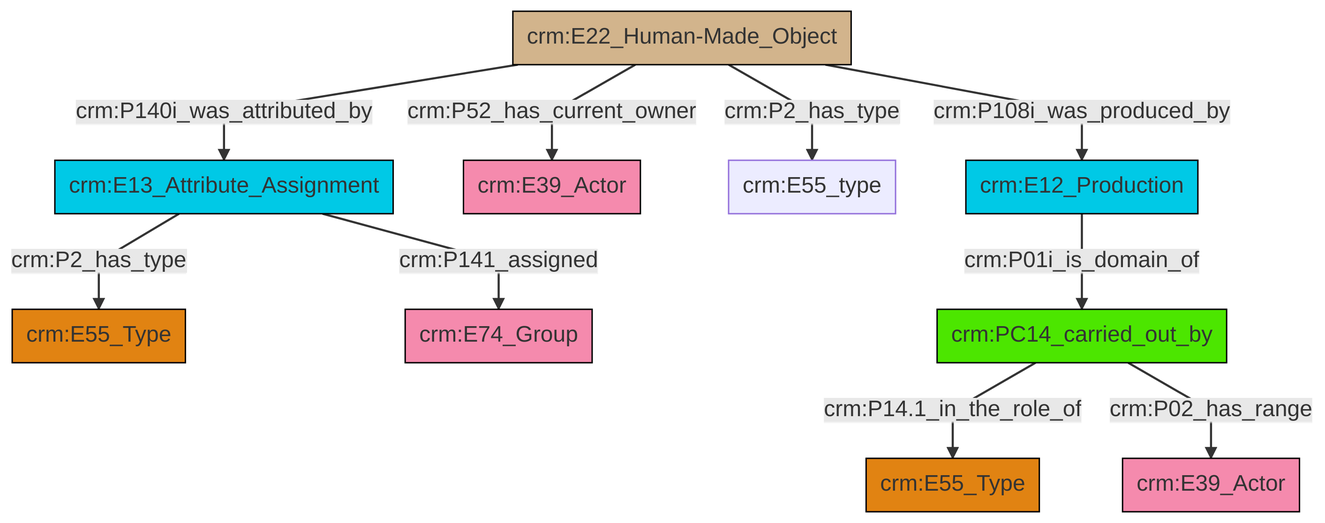
Above: et/builtWorkCSV/ttl/mmd/png/Built_Work_actor_relations.png in swiss-art-research-net/reference-data-models (Mermaid), before the change. Its source is kept beside it as et/builtWorkCSV/ttl/mmd/Built_Work_actor_relations.ttl.mmd.
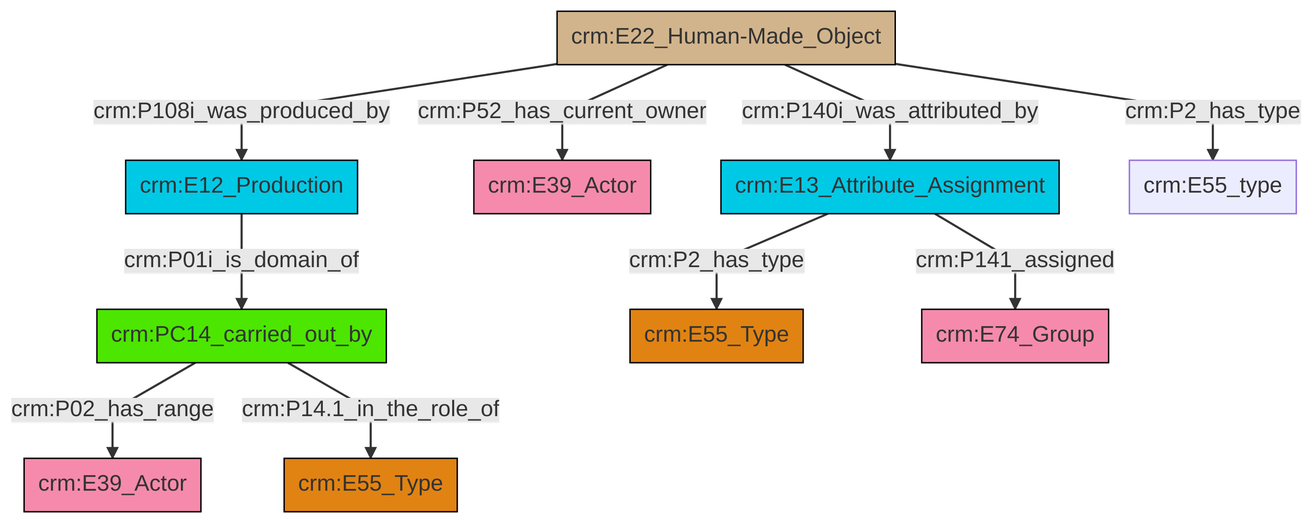
Above is the later version.

Change to the diagram source:
```diff
@@ -13,12 +13,12 @@
 classDef PC_Classes fill:#4ce600, stroke:#000000;
 classDef Multi fill:#cccccc,stroke:#000000;
 
-2["crm:E13_Attribute_Assignment"]:::Temporal_Entity -->|crm:P2_has_type| 3["crm:E55_Type"]:::Type
-5["crm:E22_Human-Made_Object"]:::Physical_Thing -->|crm:P140i_was_attributed_by| 2["crm:E13_Attribute_Assignment"]:::Temporal_Entity
-7["crm:PC14_carried_out_by"]:::PC_Classes -->|crm:P14.1_in_the_role_of| 0["crm:E55_Type"]:::Type
-5["crm:E22_Human-Made_Object"]:::Physical_Thing -->|crm:P52_has_current_owner| 11["crm:E39_Actor"]:::Actor
-12["crm:E12_Production"]:::Temporal_Entity -->|crm:P01i_is_domain_of| 7["crm:PC14_carried_out_by"]:::PC_Classes
-7["crm:PC14_carried_out_by"]:::PC_Classes -->|crm:P02_has_range| 15["crm:E39_Actor"]:::Actor
-5["crm:E22_Human-Made_Object"]:::Physical_Thing -->|crm:P2_has_type| 16["crm:E55_type"]:::Default
-2["crm:E13_Attribute_Assignment"]:::Temporal_Entity -->|crm:P141_assigned| 8["crm:E74_Group"]:::Actor
-5["crm:E22_Human-Made_Object"]:::Physical_Thing -->|crm:P108i_was_produced_by| 12["crm:E12_Production"]:::Temporal_Entity
+4["crm:E13_Attribute_Assignment"]:::Temporal_Entity -->|crm:P2_has_type| 2["crm:E55_Type"]:::Type
+5["crm:E22_Human-Made_Object"]:::Physical_Thing -->|crm:P52_has_current_owner| 6["crm:E39_Actor"]:::Actor
+0["crm:PC14_carried_out_by"]:::PC_Classes -->|crm:P02_has_range| 8["crm:E39_Actor"]:::Actor
+0["crm:PC14_carried_out_by"]:::PC_Classes -->|crm:P14.1_in_the_role_of| 15["crm:E55_Type"]:::Type
+5["crm:E22_Human-Made_Object"]:::Physical_Thing -->|crm:P140i_was_attributed_by| 4["crm:E13_Attribute_Assignment"]:::Temporal_Entity
+5["crm:E22_Human-Made_Object"]:::Physical_Thing -->|crm:P2_has_type| 18["crm:E55_type"]:::Default
+5["crm:E22_Human-Made_Object"]:::Physical_Thing -->|crm:P108i_was_produced_by| 13["crm:E12_Production"]:::Temporal_Entity
+13["crm:E12_Production"]:::Temporal_Entity -->|crm:P01i_is_domain_of| 0["crm:PC14_carried_out_by"]:::PC_Classes
+4["crm:E13_Attribute_Assignment"]:::Temporal_Entity -->|crm:P141_assigned| 16["crm:E74_Group"]:::Actor
```
